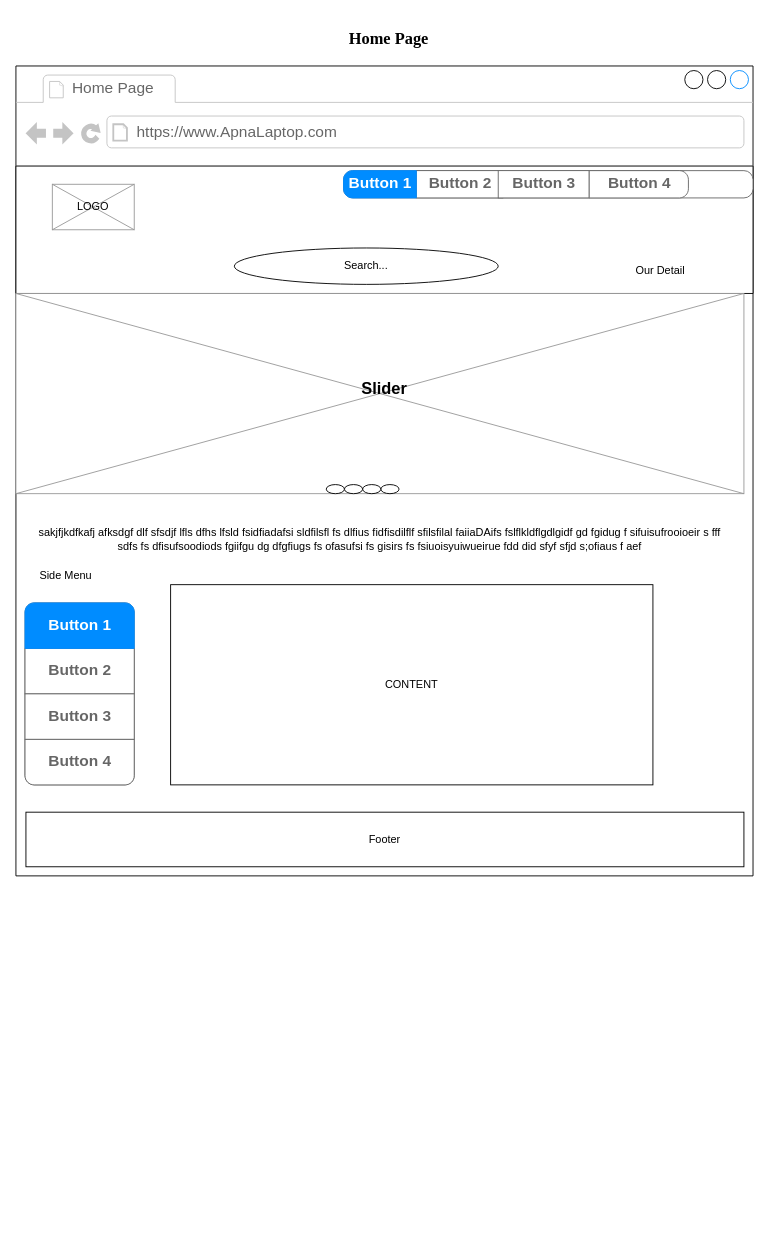
Before: HomePage.drawio in Hamza8479/Wireframe, a draw.io diagram. Source tidied: cells renumbered, new cells numbered last; positions are measured from the earlier drawing's top-left corner, leaving out a move shared by most shapes. Both pictures are drawn from the tidied source at 91%, with x=0, y=0 at pixel (15, 29).
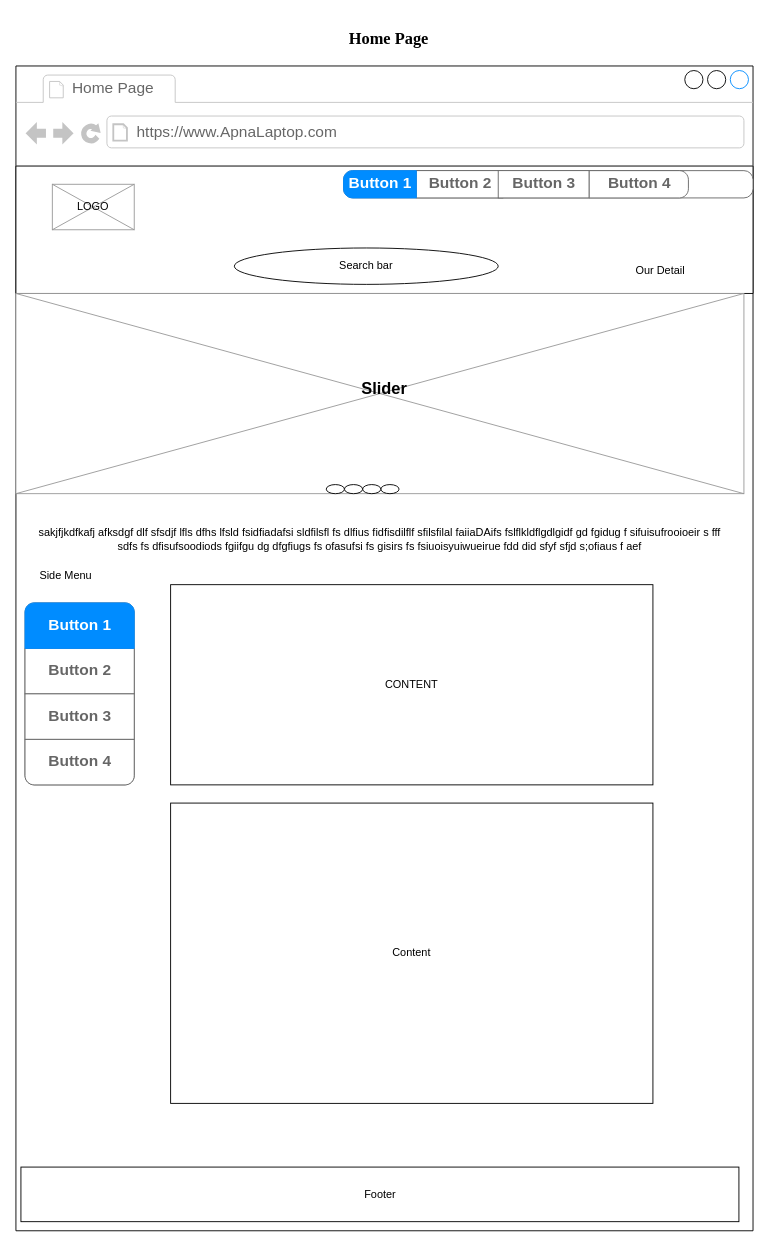
After the change.

What changed in the source:
```diff
@@
     <mxCell id="2" style="strokeWidth=1;shadow=0;dashed=0;align=center;html=1;shape=mxgraph.mockup.containers.browserWindow;rSize=0;strokeColor2=#008cff;strokeColor3=#c4c4c4;mainText=,;" parent="1" vertex="1">
-      <mxGeometry y="40" width="810" height="890" as="geometry" />
+      <mxGeometry y="40" width="810" height="1280" as="geometry" />
     </mxCell>
@@
-    <mxCell id="15" value="Search..." style="ellipse;whiteSpace=wrap;html=1;" parent="2" vertex="1">
+    <mxCell id="15" value="Search bar" style="ellipse;whiteSpace=wrap;html=1;" parent="2" vertex="1">
       <mxGeometry x="240" y="200" width="290" height="40" as="geometry" />
     </mxCell>
@@
     <mxCell id="30" value="Footer" style="rounded=0;whiteSpace=wrap;html=1;" parent="2" vertex="1">
-      <mxGeometry x="11" y="820" width="789" height="60" as="geometry" />
+      <mxGeometry x="5.5" y="1210" width="789" height="60" as="geometry" />
     </mxCell>
@@
+    <mxCell id="32" value="Content" style="rounded=0;whiteSpace=wrap;html=1;" parent="1" vertex="1">
+      <mxGeometry x="170" y="850" width="530" height="330" as="geometry" />
+    </mxCell>
```
